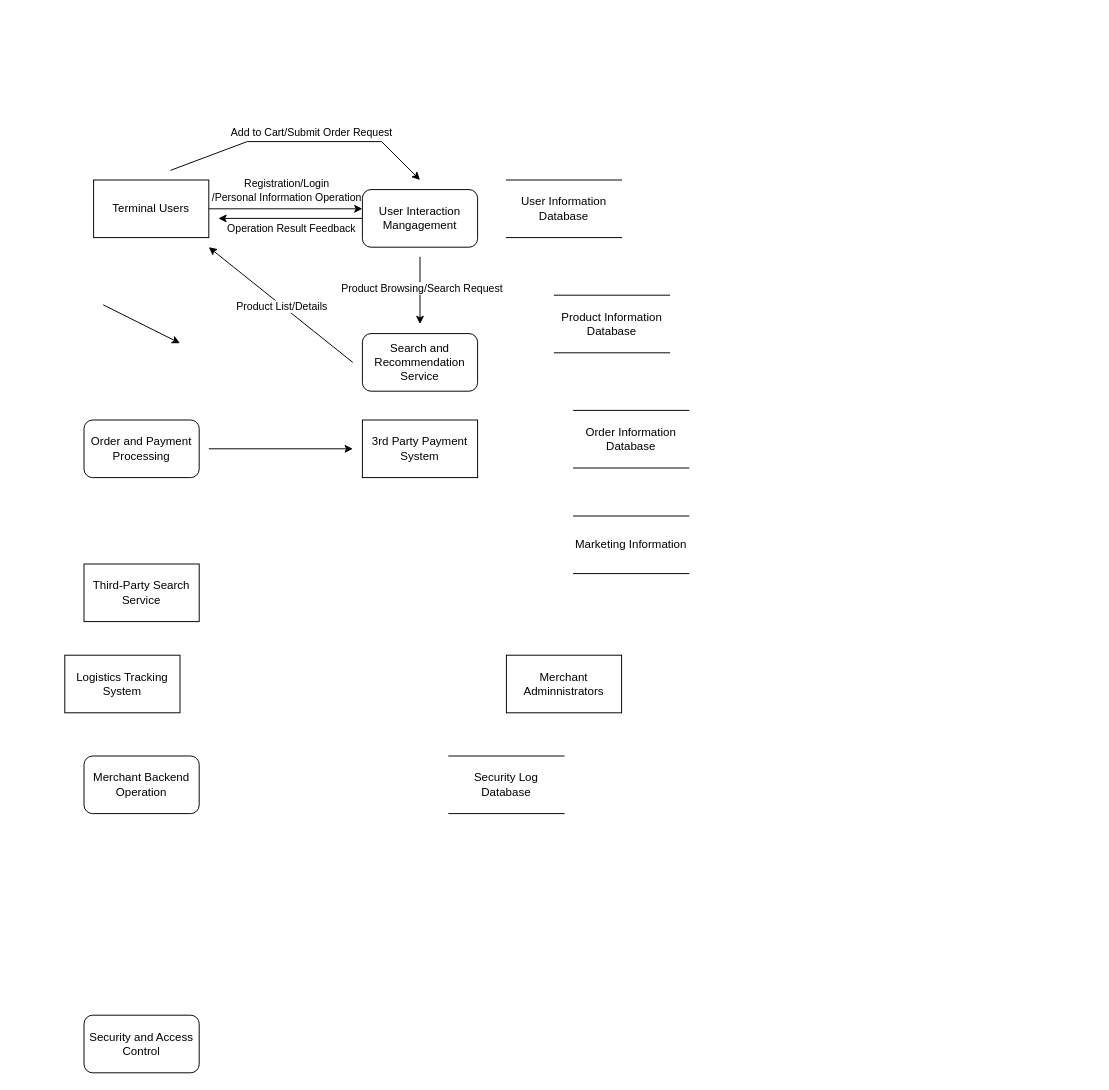
Above: page "第 1 页" (1 of 2) of Data_flow_diagram.drawio in mushroomAAA/draw.io (draw.io), before the change. Source tidied: cells renumbered, new cells numbered last; positions are measured from the earlier drawing's top-left corner, leaving out a move shared by most shapes. Both pictures are drawn from the tidied source at 96%, with x=0, y=0 at pixel (64, 141).
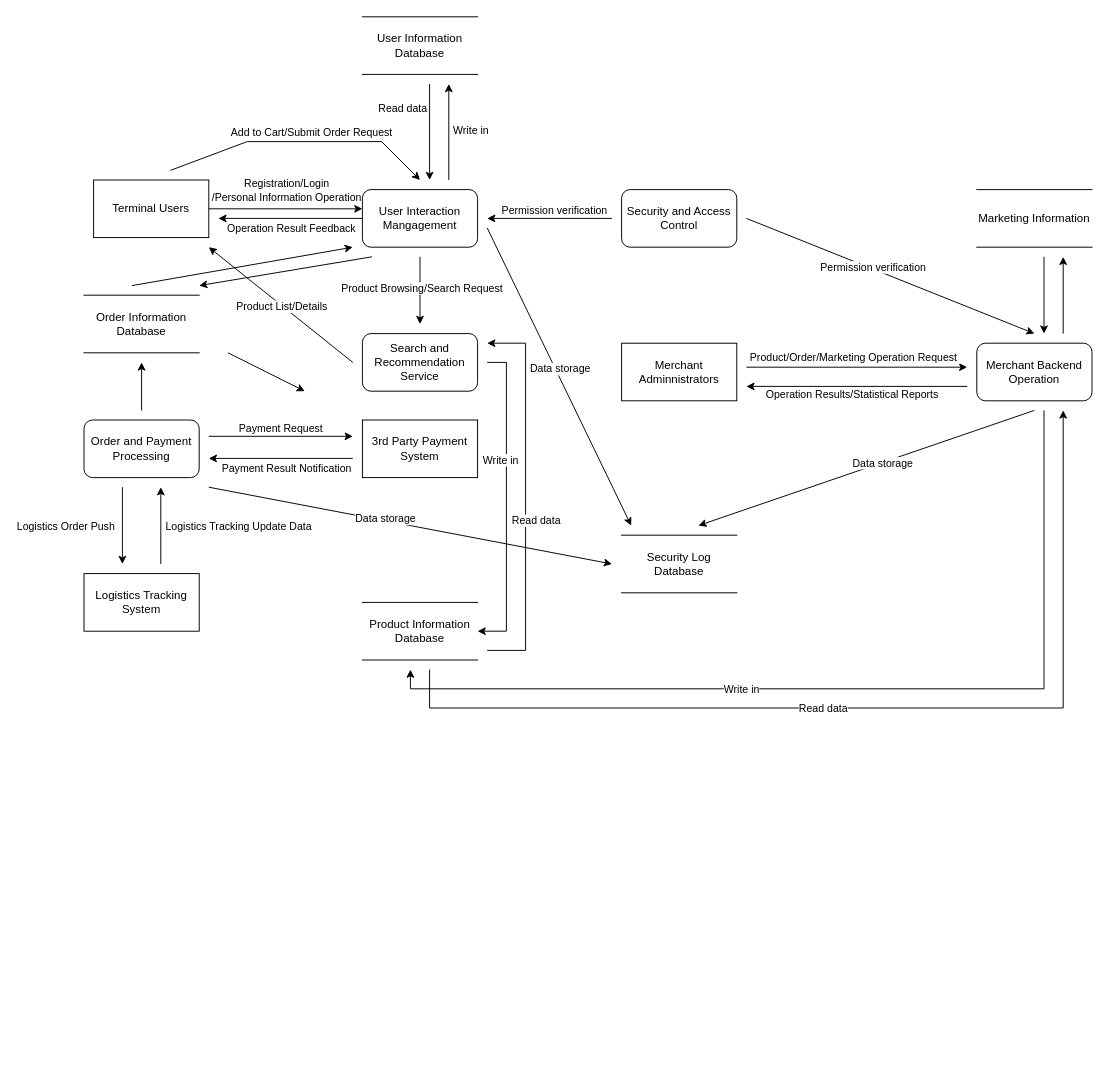
After the change.

Diff of the diagram source:
```diff
@@
     <mxCell id="3" value="Merchant Adminnistrators" style="rounded=0;whiteSpace=wrap;html=1;" parent="1" vertex="1">
-      <mxGeometry x="460" y="535" width="120" height="60" as="geometry" />
+      <mxGeometry x="580" y="210" width="120" height="60" as="geometry" />
     </mxCell>
@@
     <mxCell id="5" value="Logistics Tracking System" style="rounded=0;whiteSpace=wrap;html=1;" parent="1" vertex="1">
-      <mxGeometry y="535" width="120" height="60" as="geometry" />
+      <mxGeometry x="20" y="450" width="120" height="60" as="geometry" />
     </mxCell>
-    <mxCell id="6" value="Third-Party Search Service" style="rounded=0;whiteSpace=wrap;html=1;" parent="1" vertex="1">
-      <mxGeometry x="20" y="440" width="120" height="60" as="geometry" />
-    </mxCell>
@@
     <mxCell id="10" value="Merchant Backend Operation" style="rounded=1;whiteSpace=wrap;html=1;" parent="1" vertex="1">
-      <mxGeometry x="20" y="640" width="120" height="60" as="geometry" />
+      <mxGeometry x="950" y="210" width="120" height="60" as="geometry" />
     </mxCell>
@@
     <mxCell id="13" value="Security and Access Control" style="rounded=1;whiteSpace=wrap;html=1;" parent="1" vertex="1">
-      <mxGeometry x="20" y="910" width="120" height="60" as="geometry" />
+      <mxGeometry x="580" y="50" width="120" height="60" as="geometry" />
     </mxCell>
     <mxCell id="14" value="User Information Database" style="shape=partialRectangle;whiteSpace=wrap;html=1;left=0;right=0;fillColor=none;" parent="1" vertex="1">
-      <mxGeometry x="460" y="40" width="120" height="60" as="geometry" />
+      <mxGeometry x="310" y="-130" width="120" height="60" as="geometry" />
     </mxCell>
     <mxCell id="15" value="Product Information Database" style="shape=partialRectangle;whiteSpace=wrap;html=1;left=0;right=0;fillColor=none;" parent="1" vertex="1">
-      <mxGeometry x="510" y="160" width="120" height="60" as="geometry" />
+      <mxGeometry x="310" y="480" width="120" height="60" as="geometry" />
     </mxCell>
     <mxCell id="16" value="Order Information Database" style="shape=partialRectangle;whiteSpace=wrap;html=1;left=0;right=0;fillColor=none;" parent="1" vertex="1">
-      <mxGeometry x="530" y="280" width="120" height="60" as="geometry" />
+      <mxGeometry x="20" y="160" width="120" height="60" as="geometry" />
     </mxCell>
     <mxCell id="17" value="Marketing Information" style="shape=partialRectangle;whiteSpace=wrap;html=1;left=0;right=0;fillColor=none;" parent="1" vertex="1">
-      <mxGeometry x="530" y="390" width="120" height="60" as="geometry" />
+      <mxGeometry x="950" y="50" width="120" height="60" as="geometry" />
     </mxCell>
     <mxCell id="18" value="Security Log Database" style="shape=partialRectangle;whiteSpace=wrap;html=1;left=0;right=0;fillColor=none;" parent="1" vertex="1">
-      <mxGeometry x="400" y="640" width="120" height="60" as="geometry" />
+      <mxGeometry x="580" y="410" width="120" height="60" as="geometry" />
     </mxCell>
@@
     <mxCell id="23" style="edgeStyle=none;orthogonalLoop=1;jettySize=auto;html=1;rounded=0;" parent="1" edge="1">
       <mxGeometry relative="1" as="geometry">
-        <mxPoint x="40" y="170" as="sourcePoint" />
-        <mxPoint x="120" y="210" as="targetPoint" />
+        <mxPoint x="1020" y="120" as="sourcePoint" />
+        <mxPoint x="1020" y="200" as="targetPoint" />
       </mxGeometry>
     </mxCell>
@@
     <mxCell id="28" style="edgeStyle=none;orthogonalLoop=1;jettySize=auto;html=1;rounded=0;" parent="1" edge="1">
       <mxGeometry relative="1" as="geometry">
-        <mxPoint x="150" y="320" as="sourcePoint" />
-        <mxPoint x="300" y="320" as="targetPoint" />
+        <mxPoint x="150" y="307" as="sourcePoint" />
+        <mxPoint x="300" y="307" as="targetPoint" />
       </mxGeometry>
     </mxCell>
+    <mxCell id="29" value="Payment Result Notification" style="edgeLabel;html=1;align=center;verticalAlign=middle;" parent="28" vertex="1">
+      <mxGeometry x="-0.07" y="1" relative="1" as="geometry">
+        <mxPoint x="10" y="34" as="offset" />
+      </mxGeometry>
+    </mxCell>
+    <mxCell id="30" value="Payment Request" style="edgeLabel;html=1;align=center;verticalAlign=middle;" parent="28" vertex="1">
+      <mxGeometry x="-0.01" y="1" relative="1" as="geometry">
+        <mxPoint y="-8" as="offset" />
+      </mxGeometry>
+    </mxCell>
+    <mxCell id="31" style="edgeStyle=none;orthogonalLoop=1;jettySize=auto;html=1;rounded=0;" parent="1" edge="1">
+      <mxGeometry relative="1" as="geometry">
+        <mxPoint x="300" y="330" as="sourcePoint" />
+        <mxPoint x="150" y="330" as="targetPoint" />
+      </mxGeometry>
+    </mxCell>
+    <mxCell id="32" style="edgeStyle=none;orthogonalLoop=1;jettySize=auto;html=1;rounded=0;" parent="1" edge="1">
+      <mxGeometry relative="1" as="geometry">
+        <mxPoint x="60" y="360" as="sourcePoint" />
+        <mxPoint x="60" y="440" as="targetPoint" />
+      </mxGeometry>
+    </mxCell>
+    <mxCell id="33" value="Logistics Order Push" style="edgeLabel;html=1;align=center;verticalAlign=middle;" parent="32" vertex="1">
+      <mxGeometry x="-0.11" y="-2" relative="1" as="geometry">
+        <mxPoint x="-58" y="4" as="offset" />
+      </mxGeometry>
+    </mxCell>
+    <mxCell id="34" style="edgeStyle=none;orthogonalLoop=1;jettySize=auto;html=1;rounded=0;" parent="1" edge="1">
+      <mxGeometry relative="1" as="geometry">
+        <mxPoint x="100" y="440" as="sourcePoint" />
+        <mxPoint x="100" y="360" as="targetPoint" />
+      </mxGeometry>
+    </mxCell>
+    <mxCell id="35" value="Logistics Tracking Update Data" style="edgeLabel;html=1;align=center;verticalAlign=middle;" parent="34" vertex="1">
+      <mxGeometry x="0.09" y="2" relative="1" as="geometry">
+        <mxPoint x="82" y="4" as="offset" />
+      </mxGeometry>
+    </mxCell>
+    <mxCell id="36" style="edgeStyle=none;orthogonalLoop=1;jettySize=auto;html=1;rounded=0;" parent="1" edge="1">
+      <mxGeometry relative="1" as="geometry">
+        <mxPoint x="710" y="235" as="sourcePoint" />
+        <mxPoint x="940" y="235" as="targetPoint" />
+      </mxGeometry>
+    </mxCell>
+    <mxCell id="37" value="Product/Order/Marketing Operation Request&amp;nbsp;" style="edgeLabel;html=1;align=center;verticalAlign=middle;" parent="36" vertex="1">
+      <mxGeometry x="0.14" y="3" relative="1" as="geometry">
+        <mxPoint x="-19" y="-8" as="offset" />
+      </mxGeometry>
+    </mxCell>
+    <mxCell id="38" style="edgeStyle=none;orthogonalLoop=1;jettySize=auto;html=1;rounded=0;" parent="1" edge="1">
+      <mxGeometry relative="1" as="geometry">
+        <mxPoint x="940" y="255" as="sourcePoint" />
+        <mxPoint x="710" y="255" as="targetPoint" />
+      </mxGeometry>
+    </mxCell>
+    <mxCell id="39" value="Operation Results/Statistical Reports" style="edgeLabel;html=1;align=center;verticalAlign=middle;" parent="38" vertex="1">
+      <mxGeometry x="0.03" y="4" relative="1" as="geometry">
+        <mxPoint x="-3" y="4" as="offset" />
+      </mxGeometry>
+    </mxCell>
+    <mxCell id="40" style="edgeStyle=none;orthogonalLoop=1;jettySize=auto;html=1;rounded=0;" parent="1" edge="1">
+      <mxGeometry relative="1" as="geometry">
+        <mxPoint x="570" y="80" as="sourcePoint" />
+        <mxPoint x="440" y="80" as="targetPoint" />
+      </mxGeometry>
+    </mxCell>
+    <mxCell id="41" value="Permission verification" style="edgeLabel;html=1;align=center;verticalAlign=middle;" parent="40" vertex="1">
+      <mxGeometry x="-0.06" y="3" relative="1" as="geometry">
+        <mxPoint y="-12" as="offset" />
+      </mxGeometry>
+    </mxCell>
+    <mxCell id="42" style="edgeStyle=none;orthogonalLoop=1;jettySize=auto;html=1;rounded=0;" parent="1" edge="1">
+      <mxGeometry relative="1" as="geometry">
+        <mxPoint x="710" y="80" as="sourcePoint" />
+        <mxPoint x="1010" y="200" as="targetPoint" />
+      </mxGeometry>
+    </mxCell>
+    <mxCell id="43" value="Permission verification" style="edgeLabel;html=1;align=center;verticalAlign=middle;" parent="42" vertex="1">
+      <mxGeometry x="-0.12" y="2" relative="1" as="geometry">
+        <mxPoint x="-1" as="offset" />
+      </mxGeometry>
+    </mxCell>
+    <mxCell id="44" style="edgeStyle=none;orthogonalLoop=1;jettySize=auto;html=1;rounded=0;" parent="1" edge="1">
+      <mxGeometry relative="1" as="geometry">
+        <mxPoint x="440" y="90" as="sourcePoint" />
+        <mxPoint x="590" y="400" as="targetPoint" />
+      </mxGeometry>
+    </mxCell>
+    <mxCell id="45" value="Data storage" style="edgeLabel;html=1;align=center;verticalAlign=middle;" parent="44" vertex="1">
+      <mxGeometry x="-0.06" y="-1" relative="1" as="geometry">
+        <mxPoint x="6" as="offset" />
+      </mxGeometry>
+    </mxCell>
+    <mxCell id="46" style="edgeStyle=none;orthogonalLoop=1;jettySize=auto;html=1;rounded=0;" parent="1" edge="1">
+      <mxGeometry relative="1" as="geometry">
+        <mxPoint x="1010" y="280" as="sourcePoint" />
+        <mxPoint x="660" y="400" as="targetPoint" />
+      </mxGeometry>
+    </mxCell>
+    <mxCell id="47" value="Data storage" style="edgeLabel;html=1;align=center;verticalAlign=middle;" parent="46" vertex="1">
+      <mxGeometry x="-0.09" relative="1" as="geometry" />
+    </mxCell>
+    <mxCell id="48" style="edgeStyle=none;orthogonalLoop=1;jettySize=auto;html=1;rounded=0;" parent="1" edge="1">
+      <mxGeometry relative="1" as="geometry">
+        <mxPoint x="150" y="360" as="sourcePoint" />
+        <mxPoint x="570" y="440" as="targetPoint" />
+      </mxGeometry>
+    </mxCell>
+    <mxCell id="49" value="Data storage" style="edgeLabel;html=1;align=center;verticalAlign=middle;" parent="48" vertex="1">
+      <mxGeometry x="-0.13" y="2" relative="1" as="geometry" />
+    </mxCell>
+    <mxCell id="50" style="edgeStyle=none;orthogonalLoop=1;jettySize=auto;html=1;rounded=0;" parent="1" edge="1">
+      <mxGeometry relative="1" as="geometry">
+        <mxPoint x="380" y="-60" as="sourcePoint" />
+        <mxPoint x="380" y="40" as="targetPoint" />
+      </mxGeometry>
+    </mxCell>
+    <mxCell id="51" value="Read data" style="edgeLabel;html=1;align=center;verticalAlign=middle;" parent="50" vertex="1">
+      <mxGeometry x="-0.13" y="-3" relative="1" as="geometry">
+        <mxPoint x="-26" y="-19" as="offset" />
+      </mxGeometry>
+    </mxCell>
+    <mxCell id="52" style="edgeStyle=none;orthogonalLoop=1;jettySize=auto;html=1;rounded=0;" parent="1" edge="1">
+      <mxGeometry relative="1" as="geometry">
+        <mxPoint x="400" y="40" as="sourcePoint" />
+        <mxPoint x="400" y="-60" as="targetPoint" />
+      </mxGeometry>
+    </mxCell>
+    <mxCell id="53" value="Write in" style="edgeLabel;html=1;align=center;verticalAlign=middle;" parent="52" vertex="1">
+      <mxGeometry x="0.05" y="-3" relative="1" as="geometry">
+        <mxPoint x="19" y="1" as="offset" />
+      </mxGeometry>
+    </mxCell>
+    <mxCell id="54" style="edgeStyle=none;jettySize=auto;html=1;rounded=0;entryX=1;entryY=0.5;entryDx=0;entryDy=0;" parent="1" edge="1" target="15">
+      <mxGeometry relative="1" as="geometry">
+        <mxPoint x="440" y="230" as="sourcePoint" />
+        <Array as="points">
+          <mxPoint x="460" y="230" />
+          <mxPoint x="460" y="510" />
+        </Array>
+      </mxGeometry>
+    </mxCell>
+    <mxCell id="55" value="Write in" style="edgeLabel;html=1;align=center;verticalAlign=middle;" parent="54" vertex="1">
+      <mxGeometry x="-0.09" y="1" relative="1" as="geometry">
+        <mxPoint x="-8" y="-29" as="offset" />
+      </mxGeometry>
+    </mxCell>
+    <mxCell id="56" style="edgeStyle=none;orthogonalLoop=1;jettySize=auto;html=1;rounded=0;" parent="1" edge="1">
+      <mxGeometry relative="1" as="geometry">
+        <mxPoint x="440" y="530" as="sourcePoint" />
+        <mxPoint x="440" y="210" as="targetPoint" />
+        <Array as="points">
+          <mxPoint x="480" y="530" />
+          <mxPoint x="480" y="210" />
+        </Array>
+      </mxGeometry>
+    </mxCell>
+    <mxCell id="57" value="Read data" style="edgeLabel;html=1;align=center;verticalAlign=middle;" parent="56" vertex="1">
+      <mxGeometry x="0.15" y="2" relative="1" as="geometry">
+        <mxPoint x="12" y="54" as="offset" />
+      </mxGeometry>
+    </mxCell>
+    <mxCell id="58" style="edgeStyle=none;orthogonalLoop=1;jettySize=auto;html=1;rounded=0;" parent="1" edge="1">
+      <mxGeometry relative="1" as="geometry">
+        <mxPoint x="1020" y="280" as="sourcePoint" />
+        <mxPoint x="360" y="550" as="targetPoint" />
+        <Array as="points">
+          <mxPoint x="1020" y="570" />
+          <mxPoint x="360" y="570" />
+        </Array>
+      </mxGeometry>
+    </mxCell>
+    <mxCell id="59" value="Write in" style="edgeLabel;html=1;align=center;verticalAlign=middle;" parent="58" vertex="1">
+      <mxGeometry x="0.25" relative="1" as="geometry" />
+    </mxCell>
+    <mxCell id="60" style="edgeStyle=none;orthogonalLoop=1;jettySize=auto;html=1;rounded=0;" parent="1" edge="1">
+      <mxGeometry relative="1" as="geometry">
+        <mxPoint x="380" y="550" as="sourcePoint" />
+        <mxPoint x="1040" y="280" as="targetPoint" />
+        <Array as="points">
+          <mxPoint x="380" y="590" />
+          <mxPoint x="1040" y="590" />
+        </Array>
+      </mxGeometry>
+    </mxCell>
+    <mxCell id="61" value="Read data" style="edgeLabel;html=1;align=center;verticalAlign=middle;" parent="60" vertex="1">
+      <mxGeometry x="-0.11" y="1" relative="1" as="geometry">
+        <mxPoint y="1" as="offset" />
+      </mxGeometry>
+    </mxCell>
+    <mxCell id="62" style="edgeStyle=none;orthogonalLoop=1;jettySize=auto;html=1;rounded=0;" parent="1" edge="1">
+      <mxGeometry relative="1" as="geometry">
+        <mxPoint x="170" y="220" as="sourcePoint" />
+        <mxPoint x="250" y="260" as="targetPoint" />
+      </mxGeometry>
+    </mxCell>
+    <mxCell id="63" style="edgeStyle=none;orthogonalLoop=1;jettySize=auto;html=1;rounded=0;" parent="1" edge="1">
+      <mxGeometry relative="1" as="geometry">
+        <mxPoint x="80" y="280" as="sourcePoint" />
+        <mxPoint x="80" y="230" as="targetPoint" />
+      </mxGeometry>
+    </mxCell>
+    <mxCell id="64" style="edgeStyle=none;orthogonalLoop=1;jettySize=auto;html=1;rounded=0;" parent="1" edge="1">
+      <mxGeometry relative="1" as="geometry">
+        <mxPoint x="70" y="150" as="sourcePoint" />
+        <mxPoint x="300" y="110" as="targetPoint" />
+      </mxGeometry>
+    </mxCell>
+    <mxCell id="65" style="edgeStyle=none;orthogonalLoop=1;jettySize=auto;html=1;rounded=0;" parent="1" edge="1">
+      <mxGeometry relative="1" as="geometry">
+        <mxPoint x="320" y="120" as="sourcePoint" />
+        <mxPoint x="140" y="150" as="targetPoint" />
+      </mxGeometry>
+    </mxCell>
+    <mxCell id="66" style="edgeStyle=none;orthogonalLoop=1;jettySize=auto;html=1;rounded=0;" parent="1" edge="1">
+      <mxGeometry relative="1" as="geometry">
+        <mxPoint x="1040" y="200" as="sourcePoint" />
+        <mxPoint x="1040" y="120" as="targetPoint" />
+      </mxGeometry>
+    </mxCell>
```
